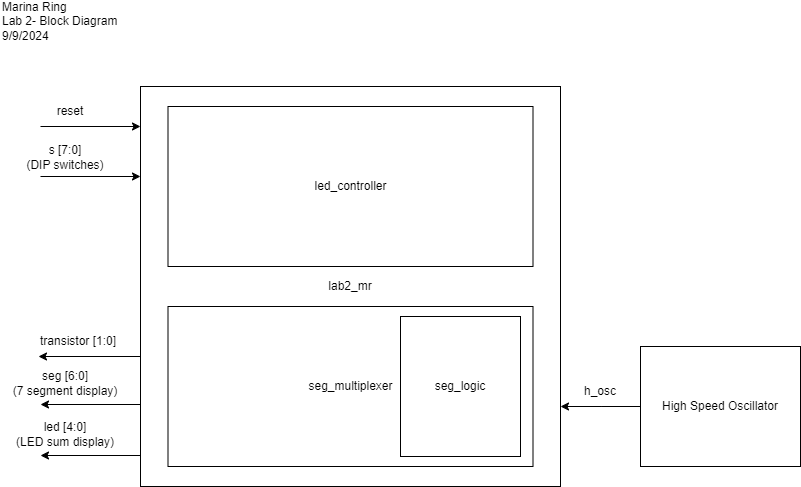
Above: images/Lab2/LAB2_BLOCK.png in marinaring/marinaring.github.io (draw.io), before the change. Source tidied: cells renumbered, new cells last; positions are measured from the earlier drawing's top-left corner, leaving out a move shared by most shapes.
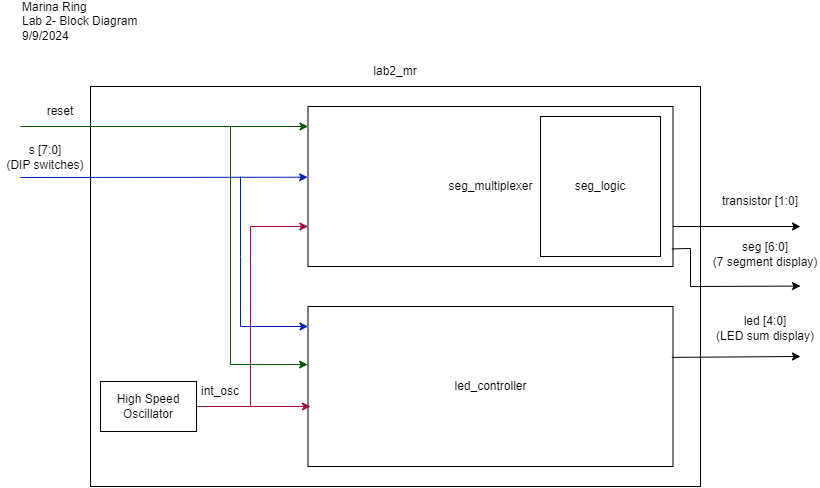
Above is the later version.

Diff of the diagram source:
```diff
@@ -5,71 +5,101 @@
     <mxCell id="2" value="Marina Ring&lt;div&gt;Lab 2- Block Diagram&lt;/div&gt;&lt;div&gt;9/9/2024&lt;/div&gt;" style="text;html=1;align=left;verticalAlign=middle;whiteSpace=wrap;rounded=0;" parent="1" vertex="1">
       <mxGeometry width="190" height="30" as="geometry" />
     </mxCell>
-    <mxCell id="3" value="lab2_mr" style="rounded=0;whiteSpace=wrap;html=1;" parent="1" vertex="1">
-      <mxGeometry x="140" y="80" width="420" height="400" as="geometry" />
+    <mxCell id="3" style="rounded=0;whiteSpace=wrap;html=1;" parent="1" vertex="1">
+      <mxGeometry x="70" y="80" width="610" height="400" as="geometry" />
     </mxCell>
-    <mxCell id="4" style="edgeStyle=orthogonalEdgeStyle;rounded=0;jettySize=auto;html=1;" parent="1" edge="1" source="5">
-      <mxGeometry relative="1" as="geometry">
-        <mxPoint x="560" y="400" as="targetPoint" />
-      </mxGeometry>
-    </mxCell>
     <mxCell id="5" value="High Speed Oscillator" style="rounded=0;whiteSpace=wrap;html=1;" parent="1" vertex="1">
-      <mxGeometry x="640" y="340" width="160" height="120" as="geometry" />
+      <mxGeometry x="80" y="375" width="96" height="50" as="geometry" />
     </mxCell>
-    <mxCell id="6" value="h_osc" style="text;html=1;align=center;verticalAlign=middle;whiteSpace=wrap;rounded=0;" parent="1" vertex="1">
-      <mxGeometry x="570" y="370" width="60" height="30" as="geometry" />
+    <mxCell id="6" value="int_osc" style="text;html=1;align=center;verticalAlign=middle;whiteSpace=wrap;rounded=0;" parent="1" vertex="1">
+      <mxGeometry x="170" y="370" width="60" height="30" as="geometry" />
     </mxCell>
-    <mxCell id="7" value="led_controller" style="rounded=0;whiteSpace=wrap;html=1;" parent="1" vertex="1">
-      <mxGeometry x="167.5" y="100" width="365" height="160" as="geometry" />
+    <mxCell id="7" value="seg_multiplexer" style="rounded=0;whiteSpace=wrap;html=1;" parent="1" vertex="1">
+      <mxGeometry x="287.5" y="100" width="365" height="160" as="geometry" />
     </mxCell>
-    <mxCell id="8" value="seg_multiplexer" style="rounded=0;whiteSpace=wrap;html=1;" parent="1" vertex="1">
-      <mxGeometry x="167.5" y="300" width="365" height="160" as="geometry" />
+    <mxCell id="8" value="led_controller" style="rounded=0;whiteSpace=wrap;html=1;" parent="1" vertex="1">
+      <mxGeometry x="287.5" y="300" width="365" height="160" as="geometry" />
     </mxCell>
     <mxCell id="9" value="seg_logic" style="rounded=0;whiteSpace=wrap;html=1;" parent="1" vertex="1">
-      <mxGeometry x="400" y="310" width="120" height="140" as="geometry" />
+      <mxGeometry x="520" y="110" width="120" height="140" as="geometry" />
     </mxCell>
     <mxCell id="10" value="reset" style="text;html=1;align=center;verticalAlign=middle;whiteSpace=wrap;rounded=0;" parent="1" vertex="1">
-      <mxGeometry x="40" y="90" width="60" height="30" as="geometry" />
+      <mxGeometry x="10" y="90" width="60" height="30" as="geometry" />
     </mxCell>
-    <mxCell id="11" style="endArrow=classic;html=1;rounded=0;exitX=0;exitY=1;exitDx=0;exitDy=0;" parent="1" edge="1" source="10">
+    <mxCell id="11" style="endArrow=classic;html=1;rounded=0;entryX=0;entryY=0.125;entryDx=0;entryDy=0;entryPerimeter=0;fillColor=#008a00;strokeColor=#005700;" parent="1" edge="1" target="7">
       <mxGeometry relative="1" as="geometry">
-        <mxPoint x="140" y="120" as="targetPoint" />
+        <mxPoint y="120" as="sourcePoint" />
       </mxGeometry>
     </mxCell>
     <mxCell id="12" value="s [7:0]&lt;div&gt;(DIP switches)&lt;/div&gt;" style="text;html=1;align=center;verticalAlign=middle;whiteSpace=wrap;rounded=0;" parent="1" vertex="1">
-      <mxGeometry x="20" y="133" width="90" height="36" as="geometry" />
+      <mxGeometry x="-20" y="133" width="90" height="36" as="geometry" />
     </mxCell>
-    <mxCell id="13" style="endArrow=classic;html=1;rounded=0;" parent="1" edge="1">
+    <mxCell id="13" style="endArrow=classic;html=1;rounded=0;entryX=-0.001;entryY=0.442;entryDx=0;entryDy=0;entryPerimeter=0;fillColor=#0050ef;strokeColor=#001DBC;" parent="1" edge="1" target="7">
       <mxGeometry relative="1" as="geometry">
-        <mxPoint x="40" y="170" as="sourcePoint" />
-        <mxPoint x="140" y="170" as="targetPoint" />
+        <mxPoint y="171" as="sourcePoint" />
       </mxGeometry>
     </mxCell>
-    <mxCell id="14" value="seg [6:0]&lt;div&gt;(7 segment display)&lt;/div&gt;" style="text;html=1;align=center;verticalAlign=middle;whiteSpace=wrap;rounded=0;" parent="1" vertex="1">
-      <mxGeometry x="10" y="359" width="110" height="36" as="geometry" />
+    <mxCell id="14" value="seg [6:0]&lt;div&gt;(7 segment display)&lt;/div&gt;" style="text;html=1;align=center;verticalAlign=middle;whiteSpace=wrap;rounded=0;flipH=1;" parent="1" vertex="1">
+      <mxGeometry x="690" y="230" width="110" height="36" as="geometry" />
     </mxCell>
-    <mxCell id="15" style="endArrow=classic;html=1;rounded=0;" parent="1" edge="1">
+    <mxCell id="15" style="endArrow=classic;html=1;rounded=0;exitX=0.997;exitY=0.89;exitDx=0;exitDy=0;exitPerimeter=0;" parent="1" edge="1" source="7">
       <mxGeometry relative="1" as="geometry">
-        <mxPoint x="140" y="398" as="sourcePoint" />
-        <mxPoint x="40" y="398" as="targetPoint" />
+        <mxPoint x="780" y="279.6" as="targetPoint" />
+        <Array as="points">
+          <mxPoint x="670" y="242" />
+          <mxPoint x="670" y="280" />
+        </Array>
       </mxGeometry>
     </mxCell>
-    <mxCell id="16" value="led [4:0]&lt;div&gt;(LED sum display)&lt;/div&gt;" style="text;html=1;align=center;verticalAlign=middle;whiteSpace=wrap;rounded=0;" parent="1" vertex="1">
-      <mxGeometry x="10" y="410" width="110" height="36" as="geometry" />
+    <mxCell id="16" value="led [4:0]&lt;div&gt;(LED sum display)&lt;/div&gt;" style="text;html=1;align=center;verticalAlign=middle;whiteSpace=wrap;rounded=0;flipH=1;" parent="1" vertex="1">
+      <mxGeometry x="690" y="304" width="110" height="36" as="geometry" />
     </mxCell>
-    <mxCell id="17" style="endArrow=classic;html=1;rounded=0;" parent="1" edge="1">
+    <mxCell id="17" style="endArrow=classic;html=1;rounded=0;exitX=0.997;exitY=0.318;exitDx=0;exitDy=0;exitPerimeter=0;" parent="1" edge="1" source="8">
       <mxGeometry relative="1" as="geometry">
-        <mxPoint x="140" y="449" as="sourcePoint" />
-        <mxPoint x="40" y="449" as="targetPoint" />
+        <mxPoint x="780" y="350" as="targetPoint" />
       </mxGeometry>
     </mxCell>
-    <mxCell id="18" value="transistor [1:0]" style="text;html=1;align=center;verticalAlign=middle;whiteSpace=wrap;rounded=0;" parent="1" vertex="1">
-      <mxGeometry x="38" y="320" width="80" height="30" as="geometry" />
+    <mxCell id="18" value="transistor [1:0]" style="text;html=1;align=center;verticalAlign=middle;whiteSpace=wrap;rounded=0;flipH=1;" parent="1" vertex="1">
+      <mxGeometry x="700" y="180" width="80" height="30" as="geometry" />
     </mxCell>
-    <mxCell id="19" style="endArrow=classic;html=1;rounded=0;exitX=0;exitY=1;exitDx=0;exitDy=0;entryX=0;entryY=1;entryDx=0;entryDy=0;" parent="1" edge="1" target="18">
+    <mxCell id="19" style="endArrow=classic;html=1;rounded=0;exitX=1;exitY=0.75;exitDx=0;exitDy=0;" parent="1" edge="1" source="7">
       <mxGeometry relative="1" as="geometry">
-        <mxPoint x="140" y="350" as="sourcePoint" />
+        <mxPoint x="780" y="220" as="targetPoint" />
       </mxGeometry>
     </mxCell>
+    <mxCell id="20" style="endArrow=classic;html=1;rounded=0;exitX=1;exitY=0.5;exitDx=0;exitDy=0;fillColor=#d80073;strokeColor=#A50040;" parent="1" edge="1" source="5">
+      <mxGeometry relative="1" as="geometry">
+        <mxPoint x="290" y="400" as="targetPoint" />
+      </mxGeometry>
+    </mxCell>
+    <mxCell id="21" style="endArrow=classic;html=1;rounded=0;entryX=0;entryY=0.75;entryDx=0;entryDy=0;fillColor=#d80073;strokeColor=#A50040;" parent="1" edge="1" target="7">
+      <mxGeometry relative="1" as="geometry">
+        <mxPoint x="230" y="400" as="sourcePoint" />
+        <Array as="points">
+          <mxPoint x="230" y="300" />
+          <mxPoint x="230" y="220" />
+        </Array>
+      </mxGeometry>
+    </mxCell>
+    <mxCell id="22" style="endArrow=classic;html=1;rounded=0;entryX=0;entryY=0.125;entryDx=0;entryDy=0;entryPerimeter=0;fillColor=#0050ef;strokeColor=#001DBC;" parent="1" edge="1" target="8">
+      <mxGeometry relative="1" as="geometry">
+        <mxPoint x="220" y="170" as="sourcePoint" />
+        <Array as="points">
+          <mxPoint x="220" y="250" />
+          <mxPoint x="220" y="320" />
+        </Array>
+      </mxGeometry>
+    </mxCell>
+    <mxCell id="23" style="endArrow=classic;html=1;rounded=0;entryX=-0.001;entryY=0.363;entryDx=0;entryDy=0;fillColor=#008a00;strokeColor=#005700;entryPerimeter=0;" parent="1" edge="1" target="8">
+      <mxGeometry relative="1" as="geometry">
+        <mxPoint x="210" y="120" as="sourcePoint" />
+        <Array as="points">
+          <mxPoint x="210" y="358" />
+        </Array>
+      </mxGeometry>
+    </mxCell>
+    <mxCell id="24" value="lab2_mr" style="text;html=1;align=center;verticalAlign=middle;whiteSpace=wrap;rounded=0;" parent="1" vertex="1">
+      <mxGeometry x="345" y="50" width="60" height="30" as="geometry" />
+    </mxCell>
   </root>
 </mxGraphModel>
```
